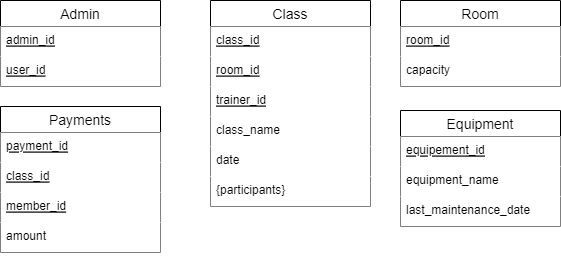
ArthurAtangana/club-management-system keeps this draw.io diagram as diagrams/er-model.png. Above is the earlier version. Source tidied: cells renumbered, new cells last; positions are measured from the earlier drawing's top-left corner, leaving out a move shared by most shapes.
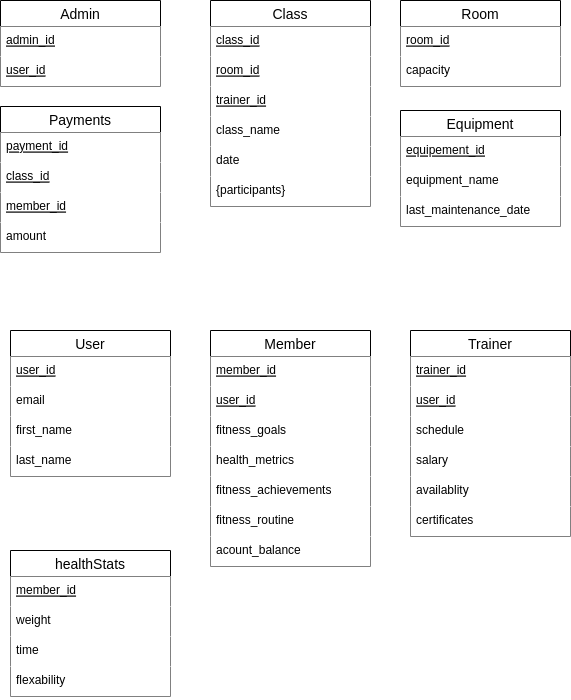
The same diagram one commit later.

The edit, as a diff of the source:
```diff
@@ -68,5 +68,80 @@
     <mxCell id="23" value="last_maintenance_date" style="text;strokeColor=none;fillColor=default;spacingLeft=4;spacingRight=4;overflow=hidden;fontSize=12;" parent="20" vertex="1">
       <mxGeometry y="86" width="160" height="30" as="geometry" />
     </mxCell>
+    <mxCell id="24" value="User" style="swimlane;fontStyle=0;horizontal=1;startSize=26;align=center;fontSize=14;fillColor=default;" parent="1" vertex="1">
+      <mxGeometry x="10" y="330" width="160" height="146" as="geometry" />
+    </mxCell>
+    <mxCell id="25" value="user_id" style="text;strokeColor=none;fillColor=default;spacingLeft=4;spacingRight=4;overflow=hidden;fontSize=12;fontStyle=4;" parent="24" vertex="1">
+      <mxGeometry y="26" width="160" height="30" as="geometry" />
+    </mxCell>
+    <mxCell id="26" value="email" style="text;strokeColor=none;fillColor=default;spacingLeft=4;spacingRight=4;overflow=hidden;fontSize=12;fontStyle=0;" parent="24" vertex="1">
+      <mxGeometry y="56" width="160" height="30" as="geometry" />
+    </mxCell>
+    <mxCell id="27" value="first_name" style="text;strokeColor=none;fillColor=default;spacingLeft=4;spacingRight=4;overflow=hidden;fontSize=12;fontStyle=0;" parent="24" vertex="1">
+      <mxGeometry y="86" width="160" height="30" as="geometry" />
+    </mxCell>
+    <mxCell id="28" value="last_name" style="text;strokeColor=none;fillColor=default;spacingLeft=4;spacingRight=4;overflow=hidden;fontSize=12;fontStyle=0;" parent="24" vertex="1">
+      <mxGeometry y="116" width="160" height="30" as="geometry" />
+    </mxCell>
+    <mxCell id="29" value="Member" style="swimlane;fontStyle=0;horizontal=1;startSize=26;align=center;fontSize=14;fillColor=default;" parent="1" vertex="1">
+      <mxGeometry x="210" y="330" width="160" height="236" as="geometry" />
+    </mxCell>
+    <mxCell id="30" value="member_id" style="text;strokeColor=none;fillColor=default;spacingLeft=4;spacingRight=4;overflow=hidden;fontSize=12;fontStyle=4;" parent="29" vertex="1">
+      <mxGeometry y="26" width="160" height="30" as="geometry" />
+    </mxCell>
+    <mxCell id="31" value="user_id" style="text;strokeColor=none;fillColor=default;spacingLeft=4;spacingRight=4;overflow=hidden;fontSize=12;fontStyle=4;" parent="29" vertex="1">
+      <mxGeometry y="56" width="160" height="30" as="geometry" />
+    </mxCell>
+    <mxCell id="32" value="fitness_goals" style="text;strokeColor=none;fillColor=default;spacingLeft=4;spacingRight=4;overflow=hidden;fontSize=12;fontStyle=0;" parent="29" vertex="1">
+      <mxGeometry y="86" width="160" height="30" as="geometry" />
+    </mxCell>
+    <mxCell id="33" value="health_metrics" style="text;strokeColor=none;fillColor=default;spacingLeft=4;spacingRight=4;overflow=hidden;fontSize=12;fontStyle=0;" parent="29" vertex="1">
+      <mxGeometry y="116" width="160" height="30" as="geometry" />
+    </mxCell>
+    <mxCell id="34" value="fitness_achievements" style="text;strokeColor=none;fillColor=default;spacingLeft=4;spacingRight=4;overflow=hidden;fontSize=12;fontStyle=0;" parent="29" vertex="1">
+      <mxGeometry y="146" width="160" height="30" as="geometry" />
+    </mxCell>
+    <mxCell id="35" value="fitness_routine" style="text;strokeColor=none;fillColor=default;spacingLeft=4;spacingRight=4;overflow=hidden;fontSize=12;fontStyle=0;" parent="29" vertex="1">
+      <mxGeometry y="176" width="160" height="30" as="geometry" />
+    </mxCell>
+    <mxCell id="36" value="acount_balance" style="text;strokeColor=none;fillColor=default;spacingLeft=4;spacingRight=4;overflow=hidden;fontSize=12;fontStyle=0;" parent="29" vertex="1">
+      <mxGeometry y="206" width="160" height="30" as="geometry" />
+    </mxCell>
+    <mxCell id="37" value="Trainer" style="swimlane;fontStyle=0;horizontal=1;startSize=26;align=center;fontSize=14;fillColor=default;" parent="1" vertex="1">
+      <mxGeometry x="410" y="330" width="160" height="206" as="geometry" />
+    </mxCell>
+    <mxCell id="38" value="trainer_id" style="text;strokeColor=none;fillColor=default;spacingLeft=4;spacingRight=4;overflow=hidden;fontSize=12;fontStyle=4;" parent="37" vertex="1">
+      <mxGeometry y="26" width="160" height="30" as="geometry" />
+    </mxCell>
+    <mxCell id="39" value="user_id" style="text;strokeColor=none;fillColor=default;spacingLeft=4;spacingRight=4;overflow=hidden;fontSize=12;fontStyle=4;" parent="37" vertex="1">
+      <mxGeometry y="56" width="160" height="30" as="geometry" />
+    </mxCell>
+    <mxCell id="40" value="schedule" style="text;strokeColor=none;fillColor=default;spacingLeft=4;spacingRight=4;overflow=hidden;fontSize=12;fontStyle=0;" parent="37" vertex="1">
+      <mxGeometry y="86" width="160" height="30" as="geometry" />
+    </mxCell>
+    <mxCell id="41" value="salary" style="text;strokeColor=none;fillColor=default;spacingLeft=4;spacingRight=4;overflow=hidden;fontSize=12;fontStyle=0;" parent="37" vertex="1">
+      <mxGeometry y="116" width="160" height="30" as="geometry" />
+    </mxCell>
+    <mxCell id="42" value="availablity" style="text;strokeColor=none;fillColor=default;spacingLeft=4;spacingRight=4;overflow=hidden;fontSize=12;fontStyle=0;" parent="37" vertex="1">
+      <mxGeometry y="146" width="160" height="30" as="geometry" />
+    </mxCell>
+    <mxCell id="43" value="certificates" style="text;strokeColor=none;fillColor=default;spacingLeft=4;spacingRight=4;overflow=hidden;fontSize=12;fontStyle=0;" parent="37" vertex="1">
+      <mxGeometry y="176" width="160" height="30" as="geometry" />
+    </mxCell>
+    <mxCell id="44" value="healthStats" style="swimlane;fontStyle=0;horizontal=1;startSize=26;align=center;fontSize=14;fillColor=default;" parent="1" vertex="1">
+      <mxGeometry x="10" y="550" width="160" height="146" as="geometry" />
+    </mxCell>
+    <mxCell id="45" value="member_id" style="text;strokeColor=none;fillColor=default;spacingLeft=4;spacingRight=4;overflow=hidden;fontSize=12;fontStyle=4;" parent="44" vertex="1">
+      <mxGeometry y="26" width="160" height="30" as="geometry" />
+    </mxCell>
+    <mxCell id="46" value="weight" style="text;strokeColor=none;fillColor=default;spacingLeft=4;spacingRight=4;overflow=hidden;fontSize=12;fontStyle=0;" parent="44" vertex="1">
+      <mxGeometry y="56" width="160" height="30" as="geometry" />
+    </mxCell>
+    <mxCell id="47" value="time" style="text;strokeColor=none;fillColor=default;spacingLeft=4;spacingRight=4;overflow=hidden;fontSize=12;fontStyle=0;" parent="44" vertex="1">
+      <mxGeometry y="86" width="160" height="30" as="geometry" />
+    </mxCell>
+    <mxCell id="48" value="flexability" style="text;strokeColor=none;fillColor=default;spacingLeft=4;spacingRight=4;overflow=hidden;fontSize=12;fontStyle=0;" parent="44" vertex="1">
+      <mxGeometry y="116" width="160" height="30" as="geometry" />
+    </mxCell>
   </root>
 </mxGraphModel>
```
